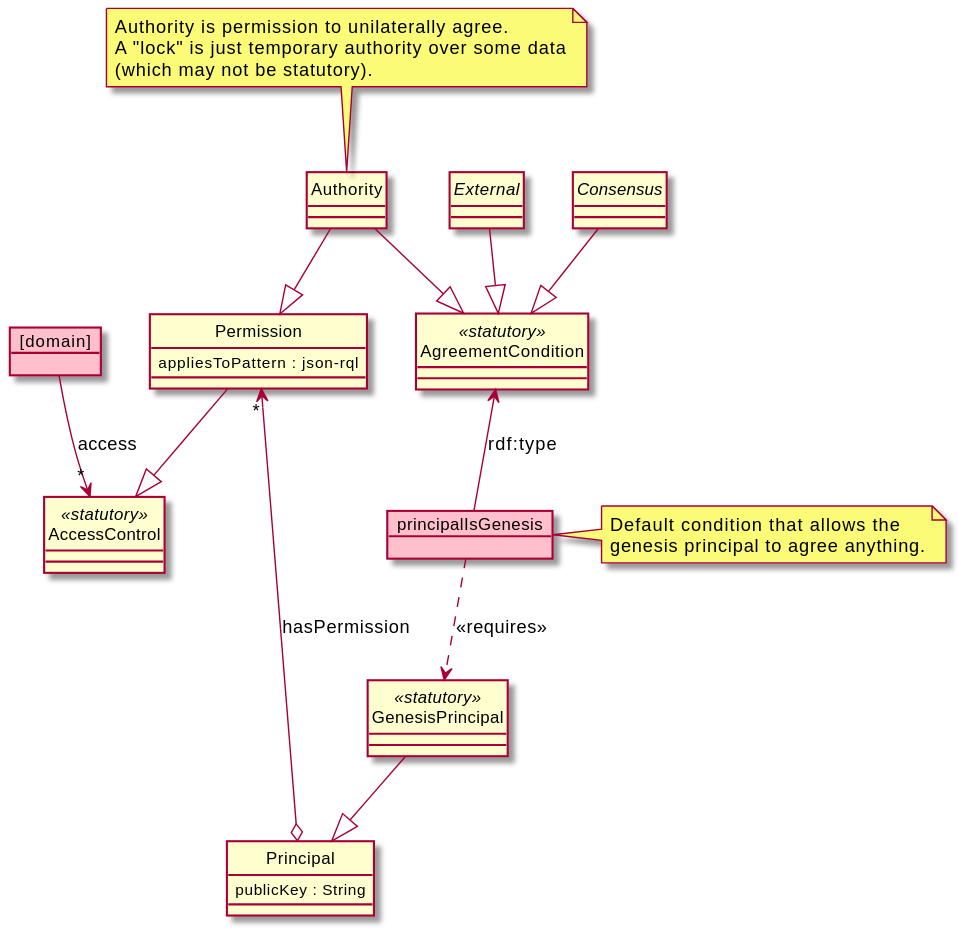
This is design/img/agreement.class.svg from m-ld/m-ld-security-spec, a PlantUML export, as it was before one commit. The source it was exported from:
```plantuml
@startuml
hide circle

skinparam object {
  BackgroundColor Pink
}

object principalIsGenesis
note right
  Default condition that allows the
  genesis principal to agree anything.
end note

class AgreementCondition <<statutory>>
AgreementCondition <-- principalIsGenesis : rdf:type

class Principal {
  publicKey : String
}

class GenesisPrincipal <<statutory>>
GenesisPrincipal --|> Principal

principalIsGenesis ..> GenesisPrincipal : <<requires>>

class Authority
note top
Authority is permission to unilaterally agree.
A "lock" is just temporary authority over some data
(which may not be statutory).
end note
Authority --|> AgreementCondition
Permission "*" <--o Principal : hasPermission

class Permission {
  appliesToPattern : json-rql
}
Authority --|> Permission
Permission --|> AccessControl

abstract class Consensus
Consensus --|> AgreementCondition

abstract class External
External --|> AgreementCondition

object "[domain]" as domain

class AccessControl <<statutory>>
domain --> "*" AccessControl : access

@enduml
```
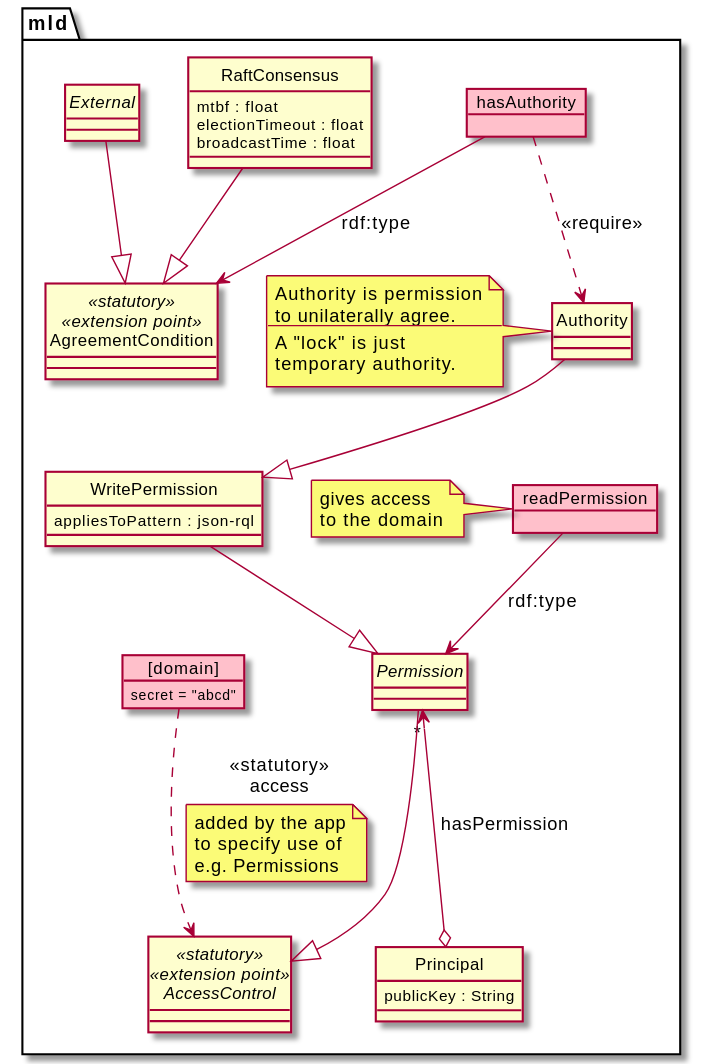
The same file after the commit.

Diff of the diagram source:
```diff
@@ -5,48 +5,64 @@
   BackgroundColor Pink
 }
 
-object principalIsGenesis
-note right
-  Default condition that allows the
-  genesis principal to agree anything.
-end note
+package mld {
 
-class AgreementCondition <<statutory>>
-AgreementCondition <-- principalIsGenesis : rdf:type
+class AgreementCondition <<statutory>> <<extension point>>
 
 class Principal {
   publicKey : String
 }
 
-class GenesisPrincipal <<statutory>>
-GenesisPrincipal --|> Principal
-
-principalIsGenesis ..> GenesisPrincipal : <<requires>>
-
 class Authority
-note top
-Authority is permission to unilaterally agree.
-A "lock" is just temporary authority over some data
-(which may not be statutory).
+note left
+Authority is permission
+to unilaterally agree.
+---
+A "lock" is just
+temporary authority.
 end note
-Authority --|> AgreementCondition
+object hasAuthority
+hasAuthority --> AgreementCondition : rdf:type
+hasAuthority ..> Authority : <<require>>
 Permission "*" <--o Principal : hasPermission
 
-class Permission {
+abstract class Permission
+Permission --|> AccessControl
+
+class WritePermission {
   appliesToPattern : json-rql
 }
-Authority --|> Permission
-Permission --|> AccessControl
+Authority --|> WritePermission
+WritePermission --|> Permission
 
-abstract class Consensus
-Consensus --|> AgreementCondition
+object readPermission
+note left
+gives access
+to the domain
+end note
+readPermission --> Permission : rdf:type
+
+class RaftConsensus {
+  mtbf : float
+  electionTimeout : float
+  broadcastTime : float
+}
+RaftConsensus --|> AgreementCondition
 
 abstract class External
 External --|> AgreementCondition
 
-object "[domain]" as domain
+object "[domain]" as domain {
+  secret = "abcd"
+}
 
-class AccessControl <<statutory>>
-domain --> "*" AccessControl : access
+abstract class AccessControl <<statutory>> <<extension point>>
+domain ..> AccessControl : <<statutory>>\naccess
+note on link
+added by the app
+to specify use of
+e.g. Permissions
+end note
 
+}
 @enduml
```
